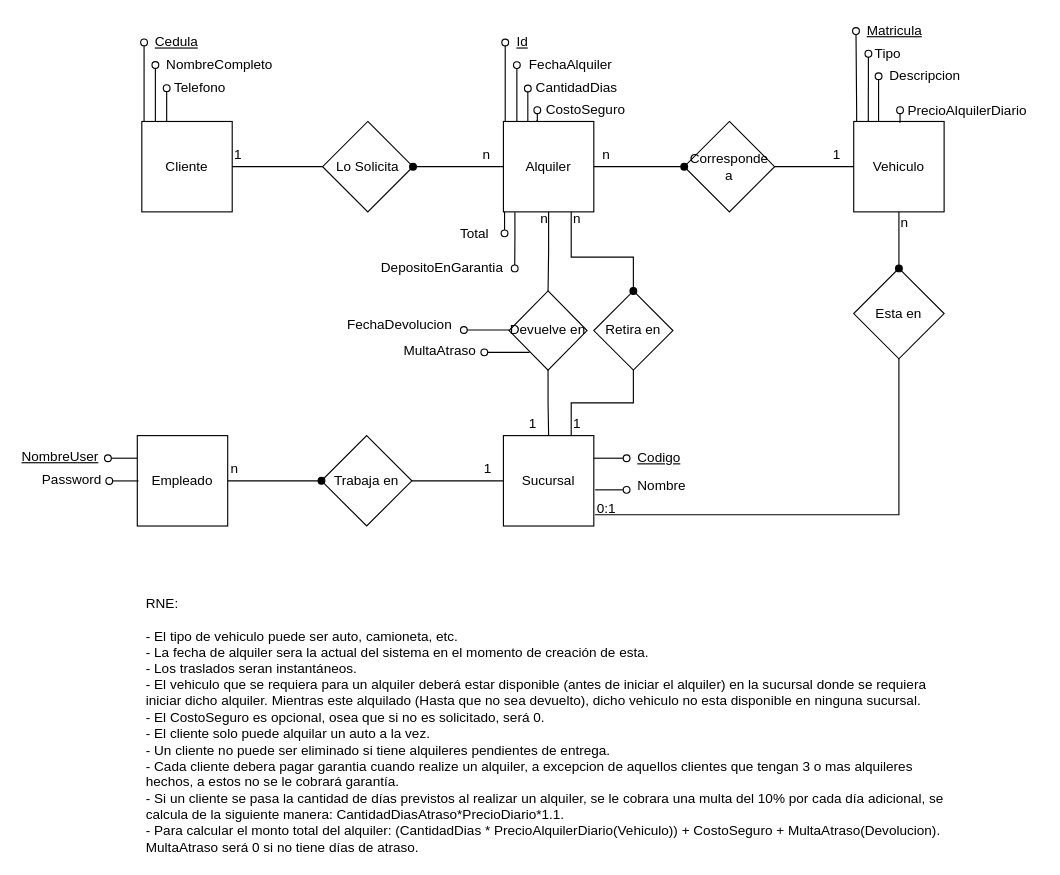
Above: Diagramas/MER.drawio in KaTTNico/BIOSRent (draw.io), before the change. Source tidied: cells renumbered, new cells numbered last; positions are measured from the earlier drawing's top-left corner, leaving out a move shared by most shapes. Both pictures are drawn from the tidied source at 113%, with x=0, y=0 at pixel (19, 19).
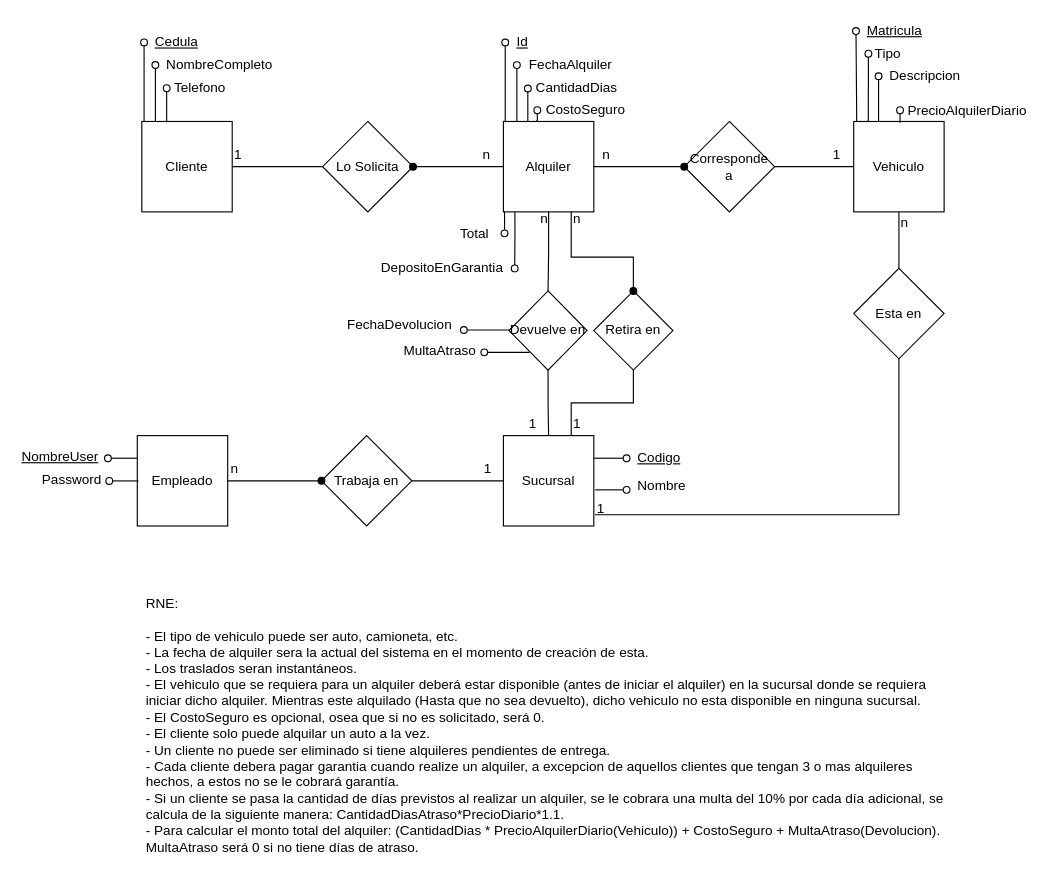
The same page after the edit.

Commit message:
Arreglo de relacion vehiculo sucursal

The change refers to these unchanged cells:
```xml
<mxCell id="4" value="Vehiculo" style="whiteSpace=wrap;html=1;" parent="1" vertex="1">
  <mxGeometry x="738" y="90" width="80" height="80" as="geometry" />
</mxCell>
<mxCell id="12" value="Esta en" style="rhombus;whiteSpace=wrap;html=1;" parent="1" vertex="1">
  <mxGeometry x="738" y="220" width="80" height="80" as="geometry" />
</mxCell>
```

Change to the diagram source:
```diff
@@
-    <mxCell id="21" style="edgeStyle=orthogonalEdgeStyle;rounded=0;jettySize=auto;html=1;exitX=0.5;exitY=1;exitDx=0;exitDy=0;entryX=0.5;entryY=0;entryDx=0;entryDy=0;endArrow=oval;endFill=1;" parent="1" edge="1" source="4" target="12">
+    <mxCell id="21" style="edgeStyle=orthogonalEdgeStyle;rounded=0;jettySize=auto;html=1;exitX=0.5;exitY=1;exitDx=0;exitDy=0;entryX=0.5;entryY=0;entryDx=0;entryDy=0;endArrow=none;endFill=0;" parent="1" edge="1" source="4" target="12">
       <mxGeometry relative="1" as="geometry" />
     </mxCell>
-    <mxCell id="22" value="0:1" style="text;html=1;align=left;verticalAlign=top;spacingTop=-4;" parent="1" vertex="1">
-      <mxGeometry x="509" y="423" width="30" height="20" as="geometry" />
+    <mxCell id="22" value="1" style="text;html=1;align=left;verticalAlign=top;spacingTop=-4;" parent="1" vertex="1">
+      <mxGeometry x="509" y="423" width="20" height="20" as="geometry" />
     </mxCell>
```
